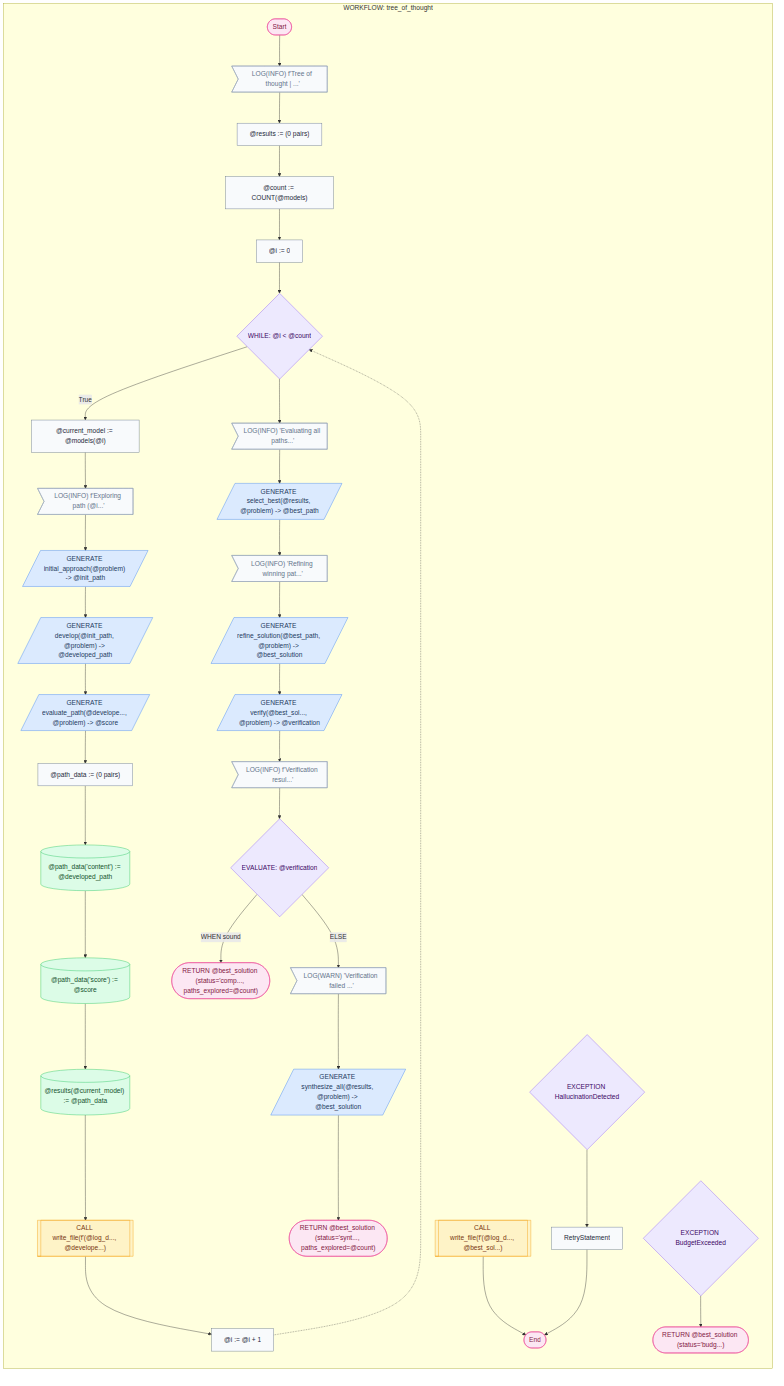
The Mermaid diagram cookbook/17_tree_of_thought/mermaid/tree_of_thought.png in digital-duck/SPL.py, before a commit. Its source is kept beside it as cookbook/17_tree_of_thought/mermaid/tree_of_thought.mmd.
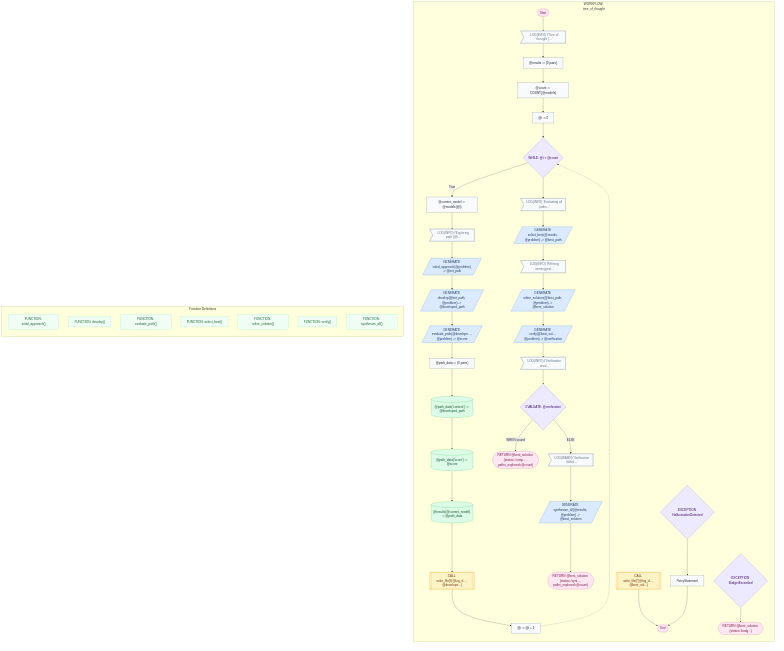
After the commit.

Change to the diagram source:
```diff
@@ -68,6 +68,16 @@
     EXC34 --> S35
     S35 --> END31
     end
+    subgraph FUNCTIONS["Function Definitions"]
+    direction TB
+    FN36["FUNCTION: initial_approach()"]
+    FN37["FUNCTION: develop()"]
+    FN38["FUNCTION: evaluate_path()"]
+    FN39["FUNCTION: select_best()"]
+    FN40["FUNCTION: refine_solution()"]
+    FN41["FUNCTION: verify()"]
+    FN42["FUNCTION: synthesize_all()"]
+    end
     class START1 term
     class LOG2 log
     class A3 assign
@@ -102,6 +112,13 @@
     class RET33 term
     class EXC34 ctrl
     class S35 assign
+    class FN36 fn
+    class FN37 fn
+    class FN38 fn
+    class FN39 fn
+    class FN40 fn
+    class FN41 fn
+    class FN42 fn
     classDef llm fill:#dbeafe,stroke:#3b82f6,color:#1e3a5f
     classDef proc fill:#fef3c7,stroke:#f59e0b,color:#78350f
     classDef ctrl fill:#ede9fe,stroke:#8b5cf6,color:#3b0764
```
